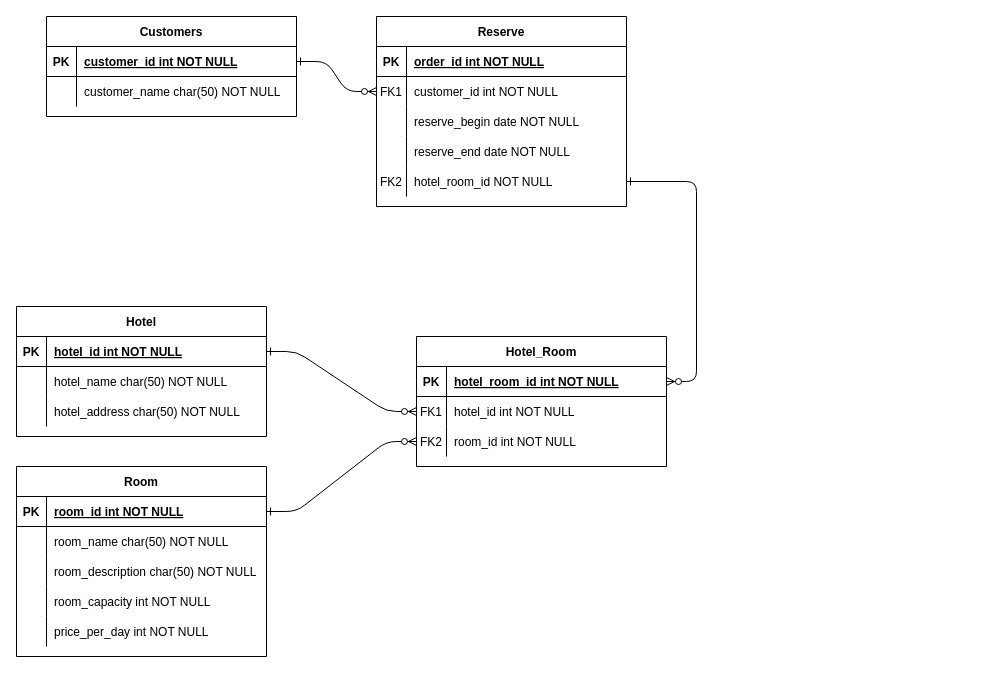
Earlier version of the draw.io diagram database-uml.drawio (naaaathan/async-sync-analysis). Source tidied: cells renumbered, new cells numbered last; positions are measured from the earlier drawing's top-left corner, leaving out a move shared by most shapes. Both pictures are drawn from the tidied source at 100%, with x=0, y=0 at pixel (16, 16).
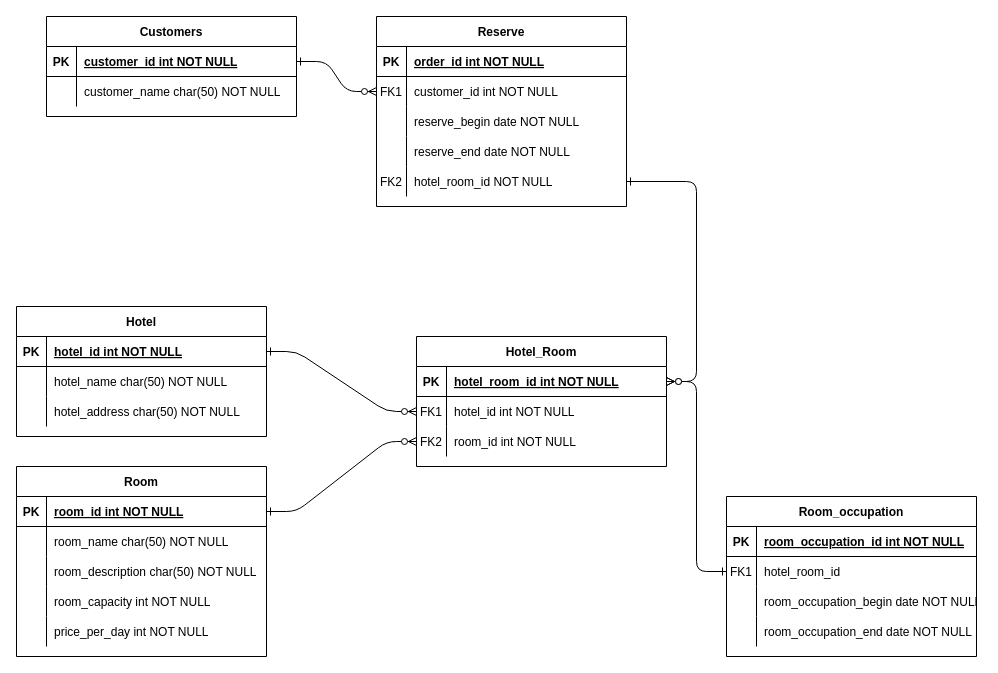
After the change.

The change refers to these unchanged cells:
```xml
<mxCell id="54" style="shape=partialRectangle;fillColor=none;points=[[0,0.5],[1,0.5]];portConstraint=eastwest;top=0;left=0;right=0;bottom=1;" parent="53" vertex="1">
  <mxGeometry y="30" width="250" height="30" as="geometry" />
</mxCell>
```

What changed in the source:
```diff
@@
+    <mxCell id="65" value="Room_occupation" style="shape=table;startSize=30;childLayout=tableLayout;rowLines=0;fontStyle=1;align=center;" parent="1" vertex="1">
+      <mxGeometry x="710" y="480" width="250" height="160" as="geometry" />
+    </mxCell>
+    <mxCell id="66" style="shape=partialRectangle;fillColor=none;top=0;left=0;right=0;bottom=1;" parent="65" vertex="1">
+      <mxGeometry y="30" width="250" height="30" as="geometry" />
+    </mxCell>
+    <mxCell id="67" value="PK" style="shape=partialRectangle;overflow=hidden;fillColor=none;top=0;left=0;bottom=0;right=0;fontStyle=1;" parent="66" vertex="1">
+      <mxGeometry width="30" height="30" as="geometry" />
+    </mxCell>
+    <mxCell id="68" value="room_occupation_id int NOT NULL " style="shape=partialRectangle;overflow=hidden;fillColor=none;top=0;left=0;bottom=0;right=0;align=left;spacingLeft=6;fontStyle=5;" parent="66" vertex="1">
+      <mxGeometry x="30" width="220" height="30" as="geometry" />
+    </mxCell>
+    <mxCell id="69" style="shape=partialRectangle;fillColor=none;points=[[0,0.5],[1,0.5]];portConstraint=eastwest;top=0;left=0;right=0;bottom=0;" parent="65" vertex="1">
+      <mxGeometry y="60" width="250" height="30" as="geometry" />
+    </mxCell>
+    <mxCell id="70" value="FK1" style="shape=partialRectangle;overflow=hidden;fillColor=none;top=0;left=0;bottom=0;right=0;" parent="69" vertex="1">
+      <mxGeometry width="30" height="30" as="geometry" />
+    </mxCell>
+    <mxCell id="71" value="hotel_room_id" style="shape=partialRectangle;overflow=hidden;fillColor=none;top=0;left=0;bottom=0;right=0;align=left;spacingLeft=6;" parent="69" vertex="1">
+      <mxGeometry x="30" width="220" height="30" as="geometry" />
+    </mxCell>
+    <mxCell id="72" style="shape=partialRectangle;fillColor=none;top=0;left=0;right=0;bottom=0;" parent="65" vertex="1">
+      <mxGeometry y="90" width="250" height="30" as="geometry" />
+    </mxCell>
+    <mxCell id="73" style="shape=partialRectangle;overflow=hidden;fillColor=none;top=0;left=0;bottom=0;right=0;" parent="72" vertex="1">
+      <mxGeometry width="30" height="30" as="geometry" />
+    </mxCell>
+    <mxCell id="74" value="room_occupation_begin date NOT NULL" style="shape=partialRectangle;overflow=hidden;fillColor=none;top=0;left=0;bottom=0;right=0;align=left;spacingLeft=6;" parent="72" vertex="1">
+      <mxGeometry x="30" width="220" height="30" as="geometry" />
+    </mxCell>
+    <mxCell id="75" style="shape=partialRectangle;fillColor=none;top=0;left=0;right=0;bottom=0;" parent="65" vertex="1">
+      <mxGeometry y="120" width="250" height="30" as="geometry" />
+    </mxCell>
+    <mxCell id="76" style="shape=partialRectangle;overflow=hidden;fillColor=none;top=0;left=0;bottom=0;right=0;" parent="75" vertex="1">
+      <mxGeometry width="30" height="30" as="geometry" />
+    </mxCell>
+    <mxCell id="77" value="room_occupation_end date NOT NULL" style="shape=partialRectangle;overflow=hidden;fillColor=none;top=0;left=0;bottom=0;right=0;align=left;spacingLeft=6;" parent="75" vertex="1">
+      <mxGeometry x="30" width="220" height="30" as="geometry" />
+    </mxCell>
+    <mxCell id="78" style="edgeStyle=entityRelationEdgeStyle;endArrow=ERzeroToMany;startArrow=ERone;endFill=1;startFill=0;exitX=0;exitY=0.5;exitDx=0;exitDy=0;entryX=1;entryY=0.5;entryDx=0;entryDy=0;" parent="1" edge="1" source="69" target="54">
+      <mxGeometry relative="1" as="geometry">
+        <Array as="points">
+          <mxPoint x="650" y="255" />
+          <mxPoint x="740" y="245" />
+          <mxPoint x="660" y="265" />
+          <mxPoint x="660" y="255" />
+          <mxPoint x="750" y="245" />
+          <mxPoint x="640" y="175" />
+          <mxPoint x="660" y="255" />
+          <mxPoint x="650" y="265" />
+        </Array>
+      </mxGeometry>
+    </mxCell>
```
